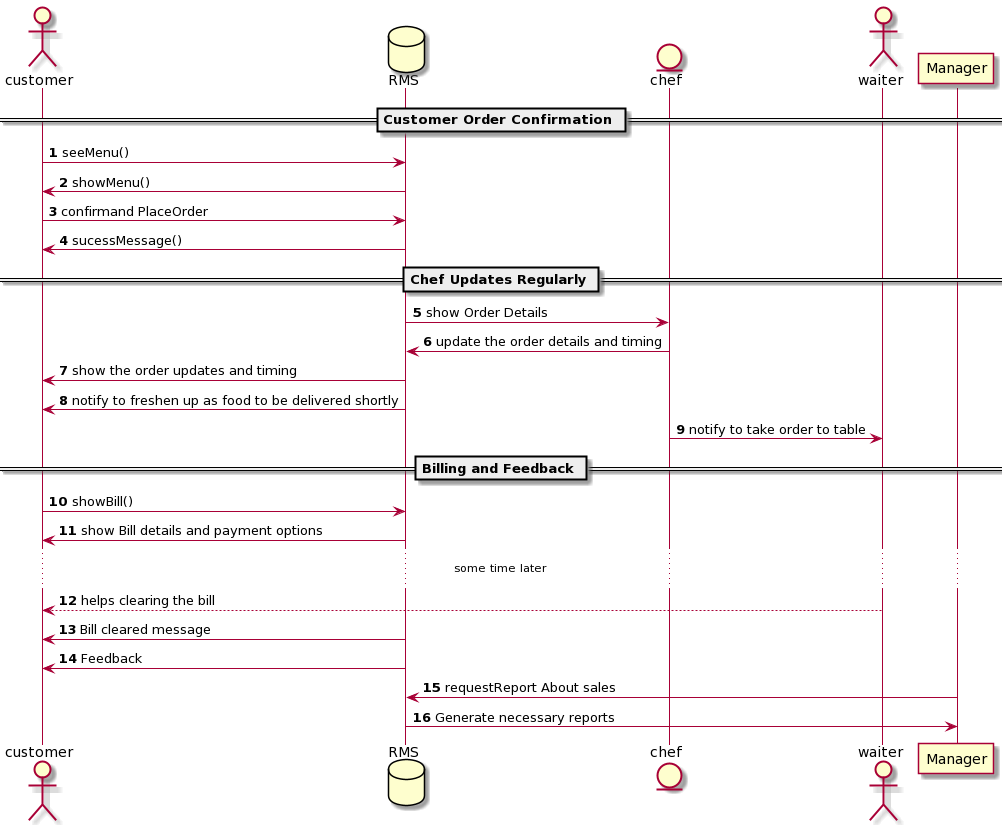
This is UML Diagrams/sequenceDiagram.png from BITS-Smart/Smart-Restaurant, a PlantUML export, as it was before one commit. Its diagram source:
```plantuml
@startuml
actor customer
	database RMS
	entity chef
	actor waiter

	autonumber

	== Customer Order Confirmation ==
	customer -> RMS : seeMenu()
	RMS -> customer : showMenu()
	customer -> RMS : confirmand PlaceOrder
	RMS -> customer : sucessMessage()

	== Chef Updates Regularly ==
	RMS -> chef : show Order Details
	chef -> RMS : update the order details and timing
	RMS -> customer : show the order updates and timing
	RMS -> customer : notify to freshen up as food to be delivered shortly
	chef -> waiter : notify to take order to table

	== Billing and Feedback ==
	customer -> RMS : showBill()
	RMS -> customer : show Bill details and payment options
	...some time later...

    waiter --> customer : helps clearing the bill
	RMS -> customer : Bill cleared message
	RMS -> customer : Feedback

	Manager -> RMS : requestReport About sales
	RMS -> Manager : Generate necessary reports
@enduml
```
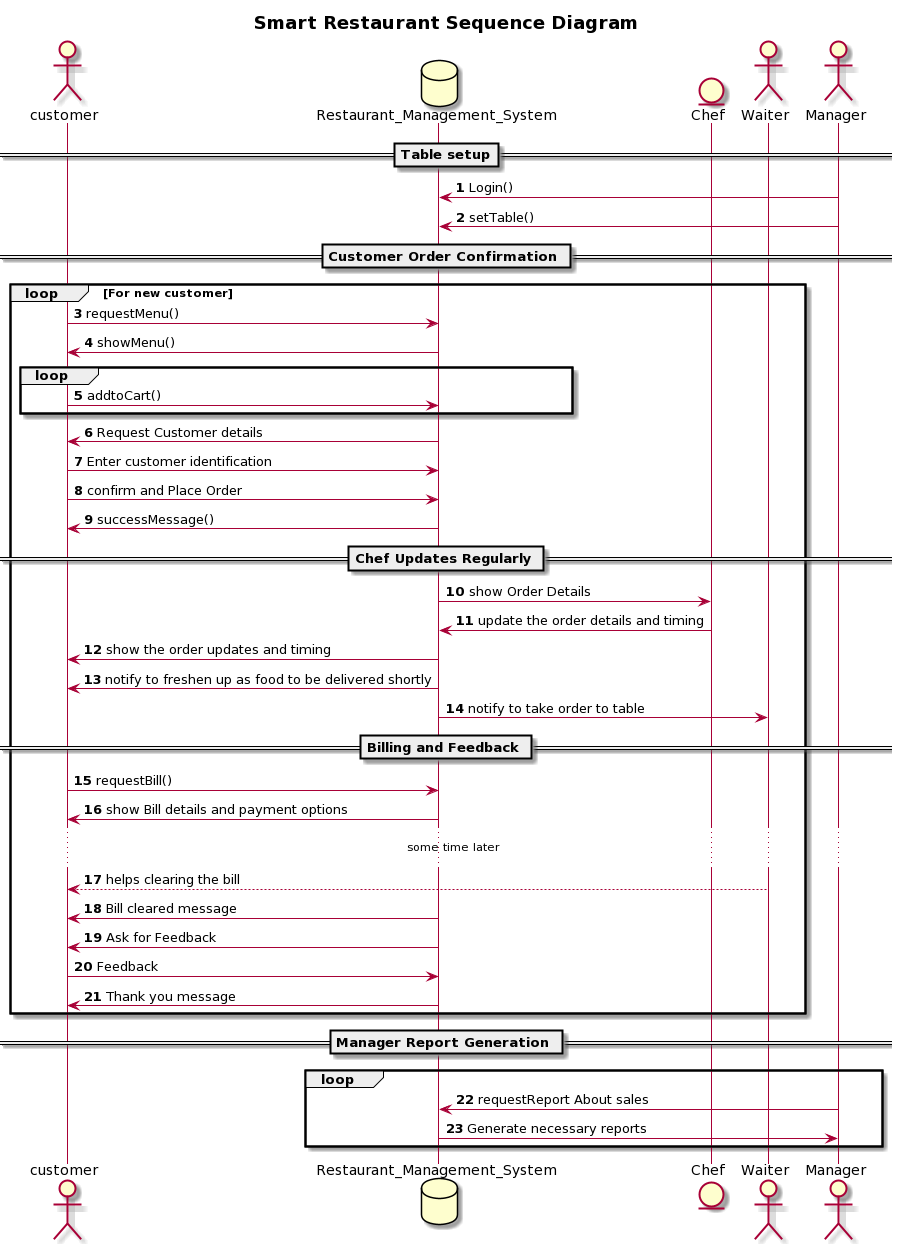
After the commit.

Change to the diagram source:
```diff
@@ -1,33 +1,49 @@
 @startuml
-actor customer
-	database RMS
-	entity chef
-	actor waiter
+title **Smart Restaurant Sequence Diagram**
+	actor customer
+	database Restaurant_Management_System as RMS
+	entity Chef
+	actor Waiter
+	actor Manager
 
 	autonumber
+    == Table setup==
+	Manager -> RMS : Login()
+	Manager -> RMS : setTable()
 
 	== Customer Order Confirmation ==
-	customer -> RMS : seeMenu()
-	RMS -> customer : showMenu()
-	customer -> RMS : confirmand PlaceOrder
-	RMS -> customer : sucessMessage()
+	loop  For new customer
+		customer -> RMS : requestMenu()
+		RMS -> customer : showMenu()
+		loop
+			customer -> RMS  : addtoCart()
+		end
+		RMS -> customer : Request Customer details
+		customer -> RMS : Enter customer identification
+		customer -> RMS : confirm and Place Order
+		RMS -> customer : successMessage()
 
-	== Chef Updates Regularly ==
-	RMS -> chef : show Order Details
-	chef -> RMS : update the order details and timing
-	RMS -> customer : show the order updates and timing
-	RMS -> customer : notify to freshen up as food to be delivered shortly
-	chef -> waiter : notify to take order to table
+		== Chef Updates Regularly ==
+		RMS -> Chef : show Order Details
+		Chef -> RMS : update the order details and timing
+		RMS -> customer : show the order updates and timing
+		RMS -> customer : notify to freshen up as food to be delivered shortly
+		RMS -> Waiter : notify to take order to table
 
-	== Billing and Feedback ==
-	customer -> RMS : showBill()
-	RMS -> customer : show Bill details and payment options
-	...some time later...
+		== Billing and Feedback ==
+		customer -> RMS : requestBill()
+		RMS -> customer : show Bill details and payment options
+		...some time later...
 
-    waiter --> customer : helps clearing the bill
-	RMS -> customer : Bill cleared message
-	RMS -> customer : Feedback
-
-	Manager -> RMS : requestReport About sales
-	RMS -> Manager : Generate necessary reports
+		Waiter --> customer : helps clearing the bill
+		RMS -> customer : Bill cleared message
+		RMS -> customer : Ask for Feedback
+		customer -> RMS : Feedback
+		RMS -> customer : Thank you message
+	end
+	== Manager Report Generation ==
+	loop
+		Manager -> RMS : requestReport About sales
+		RMS -> Manager : Generate necessary reports
+	end
 @enduml
```
